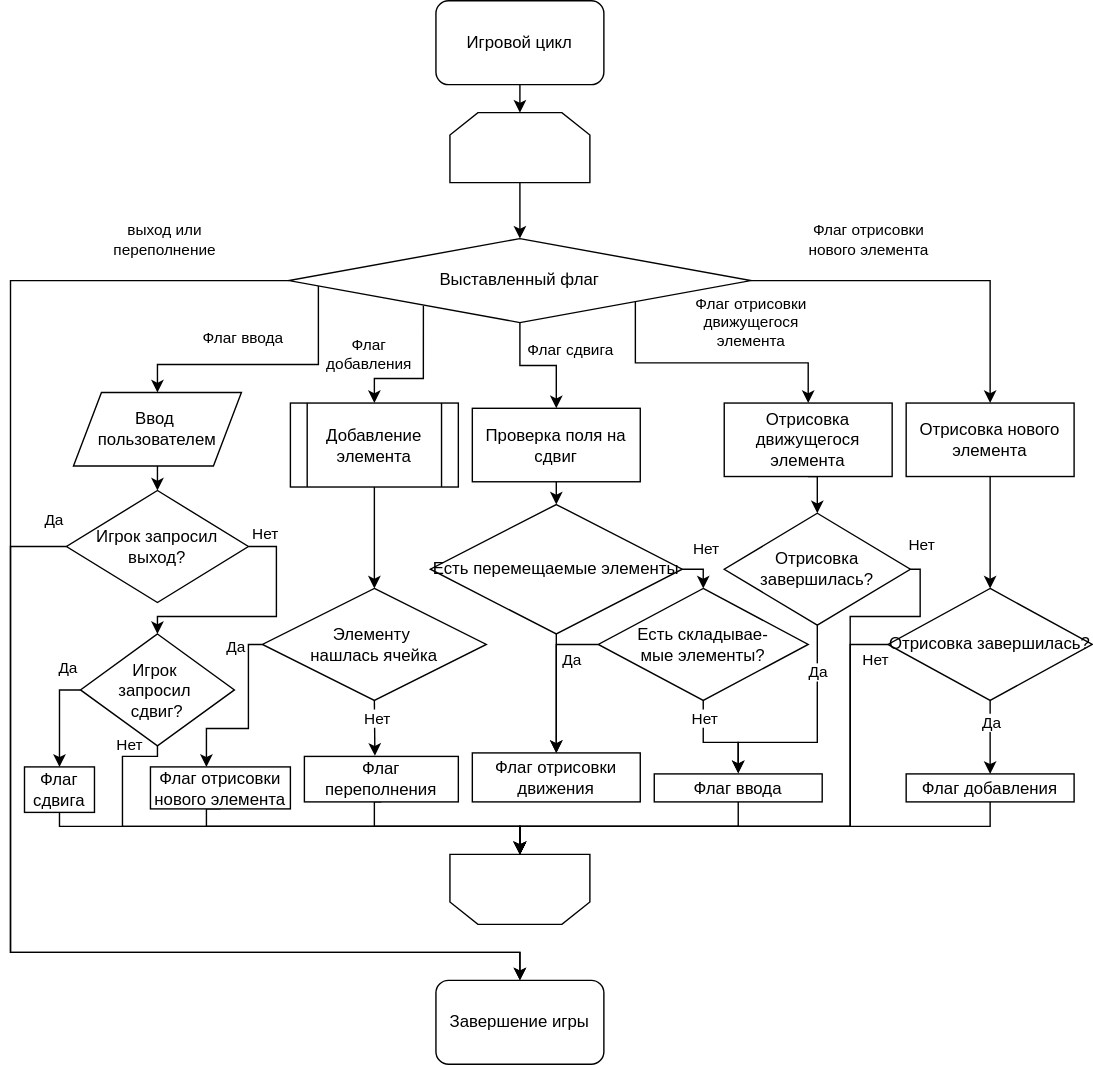
Above: report/Игровой цикл.drawio.svg in zhigunovsemyon/2048 (draw.io), before the change. Source tidied: cells renumbered, new cells last; positions are measured from the earlier drawing's top-left corner, leaving out a move shared by most shapes.
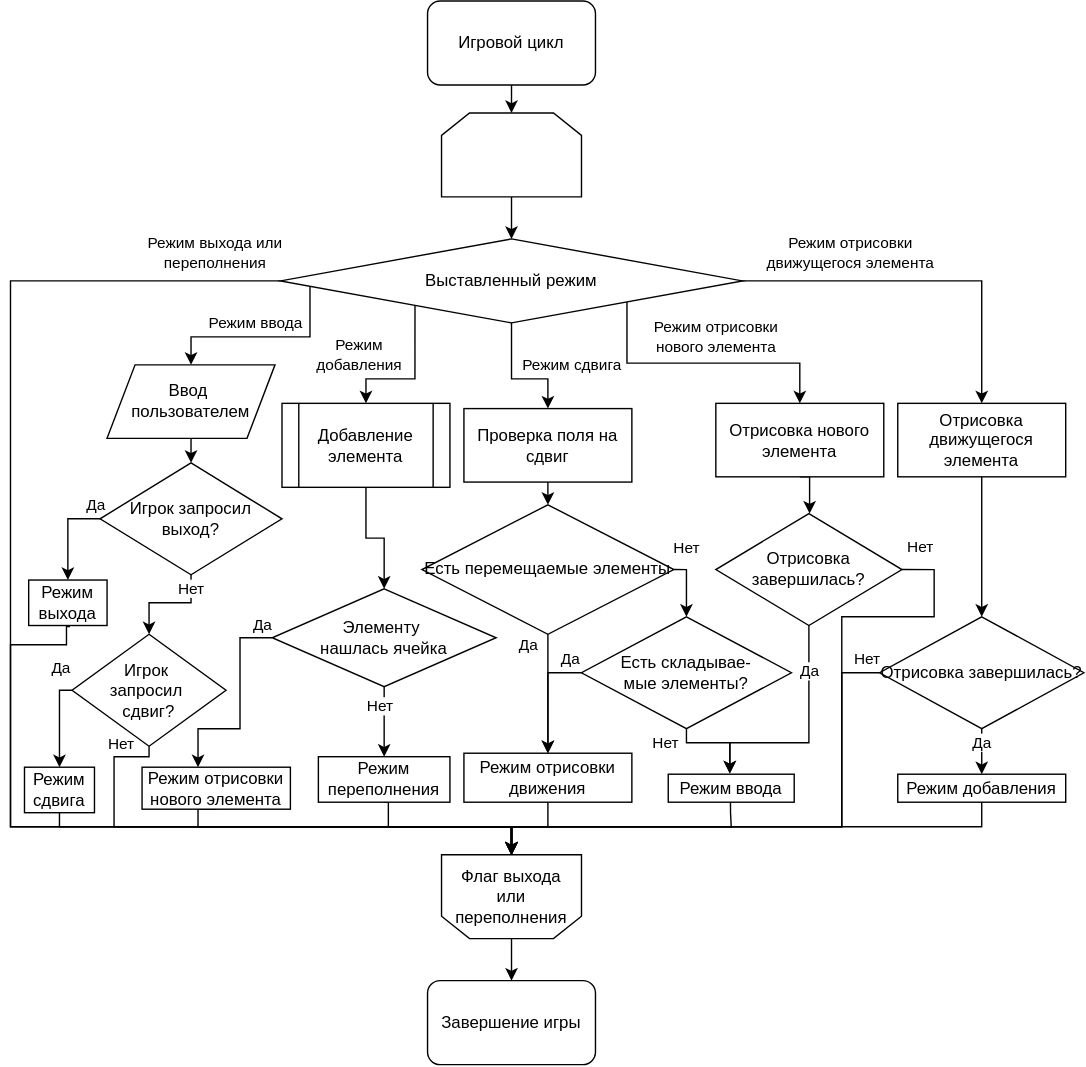
The same diagram one commit later.

Commit message:
Переделал схему игрового цикла

Diff of the diagram source:
```diff
@@ -8,13 +8,17 @@
     <mxCell id="3" style="shape=loopLimit;whiteSpace=wrap;html=1;" parent="1" vertex="1">
-      <mxGeometry x="314" y="80" width="100" height="50" as="geometry" />
+      <mxGeometry x="314" y="80" width="100" height="60" as="geometry" />
     </mxCell>
+    <mxCell id="76" style="edgeStyle=orthogonalEdgeStyle;rounded=0;jettySize=auto;html=1;exitX=0.5;exitY=1;exitDx=0;exitDy=0;entryX=0.5;entryY=0;entryDx=0;entryDy=0;" parent="1" edge="1" source="4" target="22">
+      <mxGeometry relative="1" as="geometry" />
+    </mxCell>
-    <mxCell id="4" style="shape=loopLimit;whiteSpace=wrap;html=1;rotation=0;flipH=0;flipV=1;" parent="1" vertex="1">
-      <mxGeometry x="314" y="610" width="100" height="50" as="geometry" />
+    <mxCell id="4" value="&lt;div&gt;Флаг выхода&lt;/div&gt;&lt;div&gt;или переполнения&lt;br&gt;&lt;/div&gt;" style="shape=loopLimit;whiteSpace=wrap;html=1;rotation=0;flipH=0;flipV=1;" parent="1" vertex="1">
+      <mxGeometry x="314" y="610" width="100" height="60" as="geometry" />
     </mxCell>
-    <mxCell id="5" style="edgeStyle=orthogonalEdgeStyle;rounded=0;jettySize=auto;html=1;exitX=0;exitY=0.5;exitDx=0;exitDy=0;" parent="1" edge="1" source="15" target="22">
+    <mxCell id="5" style="edgeStyle=orthogonalEdgeStyle;rounded=0;jettySize=auto;html=1;exitX=0;exitY=0.5;exitDx=0;exitDy=0;" parent="1" edge="1" source="15">
       <mxGeometry relative="1" as="geometry">
+        <mxPoint x="364" y="610" as="targetPoint" />
         <Array as="points">
-          <mxPoint y="200" />
-          <mxPoint y="680" />
-          <mxPoint x="364" y="680" />
+          <mxPoint x="6" y="200" />
+          <mxPoint x="6" y="590" />
+          <mxPoint x="364" y="590" />
         </Array>
@@ -22,5 +26,5 @@
     </mxCell>
-    <mxCell id="6" value="&lt;div&gt;выход или&lt;br&gt;&lt;/div&gt;&lt;div&gt;переполнение&lt;/div&gt;" style="edgeLabel;html=1;align=center;verticalAlign=middle;" parent="5" vertex="1">
+    <mxCell id="6" value="&lt;div&gt;Режим выхода или&lt;br&gt;&lt;/div&gt;&lt;div&gt;переполнения&lt;/div&gt;" style="edgeLabel;html=1;align=center;verticalAlign=middle;" parent="5" vertex="1">
       <mxGeometry x="-0.81" y="2" relative="1" as="geometry">
-        <mxPoint x="12" y="-32" as="offset" />
+        <mxPoint x="45" y="-22" as="offset" />
       </mxGeometry>
@@ -30,4 +34,4 @@
         <Array as="points">
-          <mxPoint x="220" y="260" />
-          <mxPoint x="105" y="260" />
+          <mxPoint x="220" y="240" />
+          <mxPoint x="135" y="240" />
         </Array>
@@ -35,5 +39,5 @@
     </mxCell>
-    <mxCell id="8" value="Флаг ввода" style="edgeLabel;html=1;align=center;verticalAlign=middle;" parent="7" vertex="1">
+    <mxCell id="8" value="Режим ввода" style="edgeLabel;html=1;align=center;verticalAlign=middle;" parent="7" vertex="1">
       <mxGeometry x="-0.07" relative="1" as="geometry">
-        <mxPoint x="-22" y="-20" as="offset" />
+        <mxPoint x="-10" y="-10" as="offset" />
       </mxGeometry>
@@ -43,5 +47,5 @@
     </mxCell>
-    <mxCell id="10" value="Флаг отрисовки&lt;div&gt;&lt;div&gt;нового элемента&lt;br&gt;&lt;/div&gt;&lt;/div&gt;" style="edgeLabel;html=1;align=center;verticalAlign=middle;" parent="9" vertex="1">
+    <mxCell id="10" value="Режим отрисовки&lt;div&gt;&lt;div&gt;&lt;div&gt;движущегося элемента&lt;/div&gt;&lt;/div&gt;&lt;/div&gt;" style="edgeLabel;html=1;align=center;verticalAlign=middle;" parent="9" vertex="1">
       <mxGeometry x="-0.26" y="-2" relative="1" as="geometry">
-        <mxPoint x="-13" y="-32" as="offset" />
+        <mxPoint x="-19" y="-22" as="offset" />
       </mxGeometry>
@@ -51,16 +55,21 @@
     </mxCell>
-    <mxCell id="12" value="&lt;div&gt;Флаг отрисовки&lt;/div&gt;&lt;div&gt;движущегося&lt;/div&gt;элемента" style="edgeLabel;html=1;align=center;verticalAlign=middle;" parent="11" vertex="1">
-      <mxGeometry x="0.27" y="3" relative="1" as="geometry">
-        <mxPoint x="2" y="-26" as="offset" />
-      </mxGeometry>
-    </mxCell>
+    <mxCell id="77" value="&lt;div&gt;Режим отрисовки&lt;/div&gt;&lt;div&gt;нового элемента&lt;/div&gt;" style="edgeLabel;html=1;align=center;verticalAlign=middle;" parent="11" vertex="1">
+      <mxGeometry x="0.13" y="2" relative="1" as="geometry">
+        <mxPoint x="-4" y="-17" as="offset" />
+      </mxGeometry>
+    </mxCell>
     <mxCell id="13" style="edgeStyle=orthogonalEdgeStyle;rounded=0;jettySize=auto;html=1;exitX=0.5;exitY=1;exitDx=0;exitDy=0;" parent="1" edge="1" source="15" target="55">
-      <mxGeometry relative="1" as="geometry" />
+      <mxGeometry relative="1" as="geometry">
+        <Array as="points">
+          <mxPoint x="364" y="270" />
+          <mxPoint x="390" y="270" />
+        </Array>
+      </mxGeometry>
     </mxCell>
-    <mxCell id="14" value="Флаг сдвига" style="edgeLabel;html=1;align=center;verticalAlign=middle;" parent="13" vertex="1">
+    <mxCell id="14" value="Режим сдвига" style="edgeLabel;html=1;align=center;verticalAlign=middle;" parent="13" vertex="1">
       <mxGeometry x="0.2" y="1" relative="1" as="geometry">
-        <mxPoint x="14" y="-10" as="offset" />
+        <mxPoint x="30" y="-9" as="offset" />
       </mxGeometry>
     </mxCell>
-    <mxCell id="15" value="Выставленный флаг" style="rhombus;whiteSpace=wrap;html=1;" parent="1" vertex="1">
+    <mxCell id="15" value="Выставленный режим" style="rhombus;whiteSpace=wrap;html=1;" parent="1" vertex="1">
       <mxGeometry x="199" y="170" width="330" height="60" as="geometry" />
@@ -71,3 +80,3 @@
     <mxCell id="17" value="&lt;div&gt;Ввод&amp;nbsp;&lt;/div&gt;&lt;div&gt;пользователем&lt;/div&gt;" style="shape=parallelogram;perimeter=parallelogramPerimeter;whiteSpace=wrap;html=1;fixedSize=1;" parent="1" vertex="1">
-      <mxGeometry x="45" y="280" width="120" height="52.5" as="geometry" />
+      <mxGeometry x="75" y="260" width="120" height="52.5" as="geometry" />
     </mxCell>
@@ -81,3 +90,3 @@
     </mxCell>
-    <mxCell id="19" value="Отрисовка нового элемента" style="rounded=0;whiteSpace=wrap;html=1;" parent="1" vertex="1">
+    <mxCell id="19" value="Отрисовка движущегося элемента" style="rounded=0;whiteSpace=wrap;html=1;" parent="1" vertex="1">
       <mxGeometry x="640" y="287.5" width="120" height="52.5" as="geometry" />
@@ -108,3 +117,3 @@
     </mxCell>
-    <mxCell id="25" style="edgeStyle=orthogonalEdgeStyle;rounded=0;jettySize=auto;html=1;exitX=0.5;exitY=1;exitDx=0;exitDy=0;entryX=0.458;entryY=-0.015;entryDx=0;entryDy=0;entryPerimeter=0;" parent="1" edge="1" source="29" target="35">
+    <mxCell id="25" style="edgeStyle=orthogonalEdgeStyle;rounded=0;jettySize=auto;html=1;exitX=0.5;exitY=1;exitDx=0;exitDy=0;entryX=0.5;entryY=0;entryDx=0;entryDy=0;" parent="1" edge="1" source="29" target="35">
       <mxGeometry relative="1" as="geometry" />
@@ -112,3 +121,5 @@
     <mxCell id="26" value="Нет" style="edgeLabel;html=1;align=center;verticalAlign=middle;" parent="25" vertex="1">
-      <mxGeometry x="-0.33" y="1" relative="1" as="geometry" />
+      <mxGeometry x="-0.33" y="1" relative="1" as="geometry">
+        <mxPoint x="-4" y="-3" as="offset" />
+      </mxGeometry>
     </mxCell>
@@ -117,3 +128,3 @@
         <Array as="points">
-          <mxPoint x="170" y="460" />
+          <mxPoint x="170" y="455" />
           <mxPoint x="170" y="520" />
@@ -125,3 +136,3 @@
       <mxGeometry x="-0.51" y="-1" relative="1" as="geometry">
-        <mxPoint x="-9" y="-21" as="offset" />
+        <mxPoint x="17" y="-22" as="offset" />
       </mxGeometry>
@@ -129,3 +140,3 @@
     <mxCell id="29" value="&lt;div&gt;Элементу&amp;nbsp;&lt;/div&gt;&lt;div&gt;нашлась ячейка&lt;/div&gt;" style="rhombus;whiteSpace=wrap;html=1;" parent="1" vertex="1">
-      <mxGeometry x="180" y="420" width="160" height="80" as="geometry" />
+      <mxGeometry x="193" y="420" width="160" height="70" as="geometry" />
     </mxCell>
@@ -140,3 +151,3 @@
     </mxCell>
-    <mxCell id="31" value="&lt;div&gt;Флаг&lt;/div&gt;&lt;div&gt;добавления&lt;br&gt;&lt;/div&gt;" style="edgeLabel;html=1;align=center;verticalAlign=middle;" parent="30" vertex="1">
+    <mxCell id="31" value="&lt;div&gt;Режим&lt;br&gt;&lt;/div&gt;&lt;div&gt;добавления&lt;br&gt;&lt;/div&gt;" style="edgeLabel;html=1;align=center;verticalAlign=middle;" parent="30" vertex="1">
       <mxGeometry x="-0.03" relative="1" as="geometry">
@@ -154,3 +165,4 @@
         <Array as="points">
-          <mxPoint x="260" y="590" />
+          <mxPoint x="276" y="573" />
+          <mxPoint x="276" y="590" />
           <mxPoint x="364" y="590" />
@@ -159,4 +171,4 @@
     </mxCell>
-    <mxCell id="35" value="Флаг переполнения" style="rounded=0;whiteSpace=wrap;html=1;" parent="1" vertex="1">
-      <mxGeometry x="210" y="540" width="110" height="32.5" as="geometry" />
+    <mxCell id="35" value="Режим переполнения" style="rounded=0;whiteSpace=wrap;html=1;" parent="1" vertex="1">
+      <mxGeometry x="226" y="540" width="94" height="32.5" as="geometry" />
     </mxCell>
@@ -170,4 +182,4 @@
     </mxCell>
-    <mxCell id="37" value="&lt;div&gt;Флаг отрисовки &lt;br&gt;&lt;/div&gt;&lt;div&gt;нового элемента&lt;br&gt;&lt;/div&gt;" style="rounded=0;whiteSpace=wrap;html=1;" parent="1" vertex="1">
-      <mxGeometry x="100" y="547.5" width="100" height="30" as="geometry" />
+    <mxCell id="37" value="&lt;div&gt;Режим отрисовки &lt;br&gt;&lt;/div&gt;&lt;div&gt;нового элемента&lt;br&gt;&lt;/div&gt;" style="rounded=0;whiteSpace=wrap;html=1;" parent="1" vertex="1">
+      <mxGeometry x="100" y="547.5" width="106" height="30" as="geometry" />
     </mxCell>
@@ -176,3 +188,3 @@
         <Array as="points">
-          <mxPoint x="600" y="460" />
+          <mxPoint x="600" y="480" />
           <mxPoint x="600" y="590" />
@@ -184,3 +196,3 @@
       <mxGeometry x="-0.7" y="1" relative="1" as="geometry">
-        <mxPoint x="49" y="-106" as="offset" />
+        <mxPoint x="55" y="-121" as="offset" />
       </mxGeometry>
@@ -189,3 +201,3 @@
       <mxGeometry x="-0.95" y="-1" relative="1" as="geometry">
-        <mxPoint y="11" as="offset" />
+        <mxPoint y="-9" as="offset" />
       </mxGeometry>
@@ -199,3 +211,3 @@
     <mxCell id="43" value="Отрисовка завершилась?" style="rhombus;whiteSpace=wrap;html=1;" parent="1" vertex="1">
-      <mxGeometry x="627" y="420" width="146" height="80" as="geometry" />
+      <mxGeometry x="627" y="440" width="146" height="80" as="geometry" />
     </mxCell>
@@ -209,3 +221,3 @@
     </mxCell>
-    <mxCell id="45" value="Отрисовка движущегося элемента" style="rounded=0;whiteSpace=wrap;html=1;" parent="1" vertex="1">
+    <mxCell id="45" value="Отрисовка нового элемента" style="rounded=0;whiteSpace=wrap;html=1;" parent="1" vertex="1">
       <mxGeometry x="510" y="287.5" width="120" height="52.5" as="geometry" />
@@ -215,4 +227,4 @@
         <Array as="points">
-          <mxPoint x="650" y="406" />
-          <mxPoint x="650" y="440" />
+          <mxPoint x="666" y="406" />
+          <mxPoint x="666" y="440" />
           <mxPoint x="600" y="440" />
@@ -226,6 +238,8 @@
     </mxCell>
-    <mxCell id="48" style="edgeStyle=orthogonalEdgeStyle;rounded=0;jettySize=auto;html=1;exitX=0.5;exitY=1;exitDx=0;exitDy=0;entryX=0.5;entryY=0;entryDx=0;entryDy=0;" parent="1" edge="1" source="49" target="4">
+    <mxCell id="48" style="edgeStyle=orthogonalEdgeStyle;rounded=0;jettySize=auto;html=1;exitX=0.494;exitY=1.012;exitDx=0;exitDy=0;entryX=0.5;entryY=0;entryDx=0;entryDy=0;exitPerimeter=0;" parent="1" edge="1" source="49" target="4">
       <mxGeometry relative="1" as="geometry">
         <Array as="points">
-          <mxPoint x="520" y="590" />
+          <mxPoint x="521" y="580" />
+          <mxPoint x="521" y="580" />
+          <mxPoint x="521" y="590" />
           <mxPoint x="364" y="590" />
@@ -234,4 +248,4 @@
     </mxCell>
-    <mxCell id="49" value="Флаг ввода" style="rounded=0;whiteSpace=wrap;html=1;" parent="1" vertex="1">
-      <mxGeometry x="460" y="552.5" width="120" height="20" as="geometry" />
+    <mxCell id="49" value="Режим ввода" style="rounded=0;whiteSpace=wrap;html=1;" parent="1" vertex="1">
+      <mxGeometry x="476" y="552.5" width="90" height="20" as="geometry" />
     </mxCell>
@@ -259,3 +273,3 @@
     </mxCell>
-    <mxCell id="53" value="Флаг добавления" style="rounded=0;whiteSpace=wrap;html=1;" parent="1" vertex="1">
+    <mxCell id="53" value="&lt;div&gt;Режим добавления&lt;/div&gt;" style="rounded=0;whiteSpace=wrap;html=1;" parent="1" vertex="1">
       <mxGeometry x="640" y="552.5" width="120" height="20" as="geometry" />
@@ -273,3 +287,3 @@
       <mxGeometry x="0.03" y="1" relative="1" as="geometry">
-        <mxPoint y="-15" as="offset" />
+        <mxPoint x="-1" y="-29" as="offset" />
       </mxGeometry>
@@ -286,5 +300,10 @@
       <mxGeometry x="-0.06" y="-2" relative="1" as="geometry">
-        <mxPoint x="12" y="-22" as="offset" />
+        <mxPoint x="18" y="-23" as="offset" />
       </mxGeometry>
     </mxCell>
+    <mxCell id="78" value="Да" style="edgeLabel;html=1;align=center;verticalAlign=middle;" parent="58" vertex="1">
+      <mxGeometry x="-0.69" relative="1" as="geometry">
+        <mxPoint x="-14" y="-6" as="offset" />
+      </mxGeometry>
+    </mxCell>
     <mxCell id="60" value="Есть перемещаемые элементы" style="rhombus;whiteSpace=wrap;html=1;" parent="1" vertex="1">
@@ -295,3 +314,3 @@
         <Array as="points">
-          <mxPoint x="390" y="460" />
+          <mxPoint x="390" y="480" />
         </Array>
@@ -310,16 +329,24 @@
     <mxCell id="63" value="Нет" style="edgeLabel;html=1;align=center;verticalAlign=middle;" parent="62" vertex="1">
-      <mxGeometry x="-0.69" relative="1" as="geometry" />
+      <mxGeometry x="-0.69" relative="1" as="geometry">
+        <mxPoint x="-15" as="offset" />
+      </mxGeometry>
     </mxCell>
     <mxCell id="64" value="&lt;div&gt;Есть складывае-&lt;/div&gt;&lt;div&gt;мые элементы?&lt;/div&gt;" style="rhombus;whiteSpace=wrap;html=1;" parent="1" vertex="1">
-      <mxGeometry x="420" y="420" width="150" height="80" as="geometry" />
+      <mxGeometry x="414" y="440" width="150" height="80" as="geometry" />
     </mxCell>
+    <mxCell id="79" style="edgeStyle=orthogonalEdgeStyle;rounded=0;jettySize=auto;html=1;exitX=0.5;exitY=1;exitDx=0;exitDy=0;entryX=0.5;entryY=0;entryDx=0;entryDy=0;" parent="1" edge="1" source="65" target="4">
+      <mxGeometry relative="1" as="geometry">
+        <Array as="points">
+          <mxPoint x="390" y="590" />
+          <mxPoint x="364" y="590" />
+        </Array>
+      </mxGeometry>
+    </mxCell>
-    <mxCell id="65" value="Флаг отрисовки движения" style="rounded=0;whiteSpace=wrap;html=1;" parent="1" vertex="1">
+    <mxCell id="65" value="Режим отрисовки движения" style="rounded=0;whiteSpace=wrap;html=1;" parent="1" vertex="1">
       <mxGeometry x="330" y="537.5" width="120" height="35" as="geometry" />
     </mxCell>
-    <mxCell id="66" style="edgeStyle=orthogonalEdgeStyle;rounded=0;jettySize=auto;html=1;exitX=0;exitY=0.5;exitDx=0;exitDy=0;" parent="1" edge="1" source="70" target="22">
+    <mxCell id="66" style="edgeStyle=orthogonalEdgeStyle;rounded=0;jettySize=auto;html=1;exitX=0;exitY=0.5;exitDx=0;exitDy=0;entryX=0.5;entryY=0;entryDx=0;entryDy=0;" parent="1" edge="1" source="70" target="81">
       <mxGeometry relative="1" as="geometry">
         <Array as="points">
-          <mxPoint y="390" />
-          <mxPoint y="680" />
-          <mxPoint x="364" y="680" />
+          <mxPoint x="47" y="370" />
         </Array>
@@ -329,11 +356,10 @@
       <mxGeometry x="-0.98" relative="1" as="geometry">
-        <mxPoint x="-3" y="-20" as="offset" />
+        <mxPoint x="-3" y="-10" as="offset" />
       </mxGeometry>
     </mxCell>
-    <mxCell id="68" style="edgeStyle=orthogonalEdgeStyle;rounded=0;jettySize=auto;html=1;exitX=1;exitY=0.5;exitDx=0;exitDy=0;entryX=0.5;entryY=0;entryDx=0;entryDy=0;" parent="1" edge="1" source="70" target="71">
+    <mxCell id="68" style="edgeStyle=orthogonalEdgeStyle;rounded=0;jettySize=auto;html=1;exitX=0.5;exitY=1;exitDx=0;exitDy=0;entryX=0.5;entryY=0;entryDx=0;entryDy=0;" parent="1" edge="1" source="70" target="71">
       <mxGeometry relative="1" as="geometry">
         <Array as="points">
-          <mxPoint x="190" y="390" />
-          <mxPoint x="190" y="440" />
-          <mxPoint x="105" y="440" />
+          <mxPoint x="135" y="430" />
+          <mxPoint x="105" y="430" />
         </Array>
@@ -343,3 +369,3 @@
       <mxGeometry x="-0.87" y="-1" relative="1" as="geometry">
-        <mxPoint y="-11" as="offset" />
+        <mxPoint x="1" y="5" as="offset" />
       </mxGeometry>
@@ -347,3 +373,3 @@
     <mxCell id="70" value="Игрок запросил выход?" style="rhombus;whiteSpace=wrap;html=1;" parent="1" vertex="1">
-      <mxGeometry x="40" y="350" width="130" height="80" as="geometry" />
+      <mxGeometry x="70" y="330" width="130" height="80" as="geometry" />
     </mxCell>
@@ -355,3 +381,3 @@
         <Array as="points">
-          <mxPoint x="35" y="590" />
+          <mxPoint x="41" y="590" />
           <mxPoint x="364" y="590" />
@@ -360,4 +386,4 @@
     </mxCell>
-    <mxCell id="73" value="&lt;div&gt;Флаг&lt;/div&gt;&lt;div&gt;сдвига&lt;br&gt;&lt;/div&gt;" style="rounded=0;whiteSpace=wrap;html=1;" parent="1" vertex="1">
-      <mxGeometry x="10" y="547.5" width="50" height="32.5" as="geometry" />
+    <mxCell id="73" value="&lt;div&gt;Режим&lt;br&gt;&lt;/div&gt;&lt;div&gt;сдвига&lt;br&gt;&lt;/div&gt;" style="rounded=0;whiteSpace=wrap;html=1;" parent="1" vertex="1">
+      <mxGeometry x="16" y="547.5" width="50" height="32.5" as="geometry" />
     </mxCell>
@@ -366,3 +392,3 @@
         <Array as="points">
-          <mxPoint x="35" y="492" />
+          <mxPoint x="41" y="493" />
         </Array>
@@ -375,2 +401,16 @@
     </mxCell>
+    <mxCell id="80" style="edgeStyle=orthogonalEdgeStyle;rounded=0;jettySize=auto;html=1;exitX=0.527;exitY=1.021;exitDx=0;exitDy=0;entryX=0.5;entryY=0;entryDx=0;entryDy=0;exitPerimeter=0;" parent="1" edge="1" source="81" target="4">
+      <mxGeometry relative="1" as="geometry">
+        <Array as="points">
+          <mxPoint x="46" y="447" />
+          <mxPoint x="46" y="460" />
+          <mxPoint x="6" y="460" />
+          <mxPoint x="6" y="590" />
+          <mxPoint x="364" y="590" />
+        </Array>
+      </mxGeometry>
+    </mxCell>
+    <mxCell id="81" value="&lt;div&gt;Режим&lt;br&gt;&lt;/div&gt;&lt;div&gt;выхода&lt;br&gt;&lt;/div&gt;" style="rounded=0;whiteSpace=wrap;html=1;" parent="1" vertex="1">
+      <mxGeometry x="19" y="413.8" width="56" height="32.5" as="geometry" />
+    </mxCell>
   </root>
```
